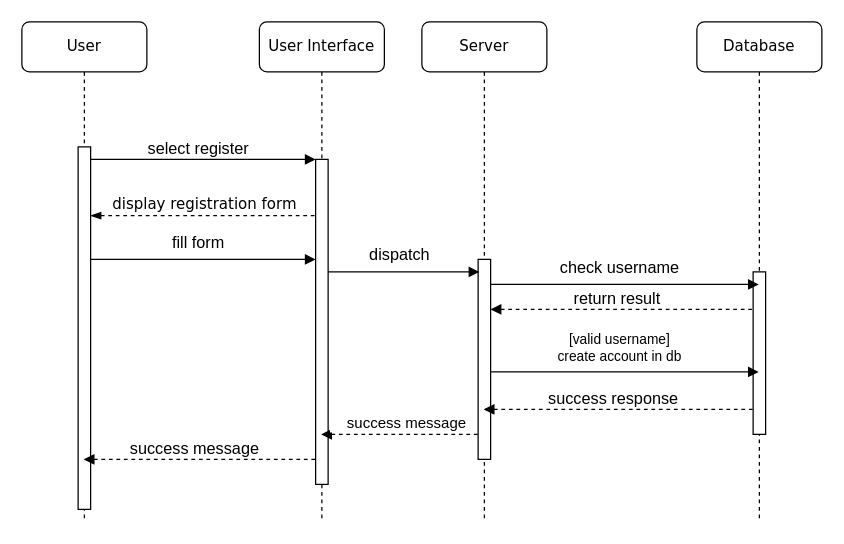
Before: rezervito-hw-03/DrawIo files/RegistrationSequenceDiagram.drawio in ivanchuchulski/fmi-requirements-analisys, a draw.io diagram. Source tidied: cells renumbered, new cells numbered last; positions are measured from the earlier drawing's top-left corner, leaving out a move shared by most shapes. Both pictures are drawn from the tidied source at 125%, with x=0, y=0 at pixel (21, 21).
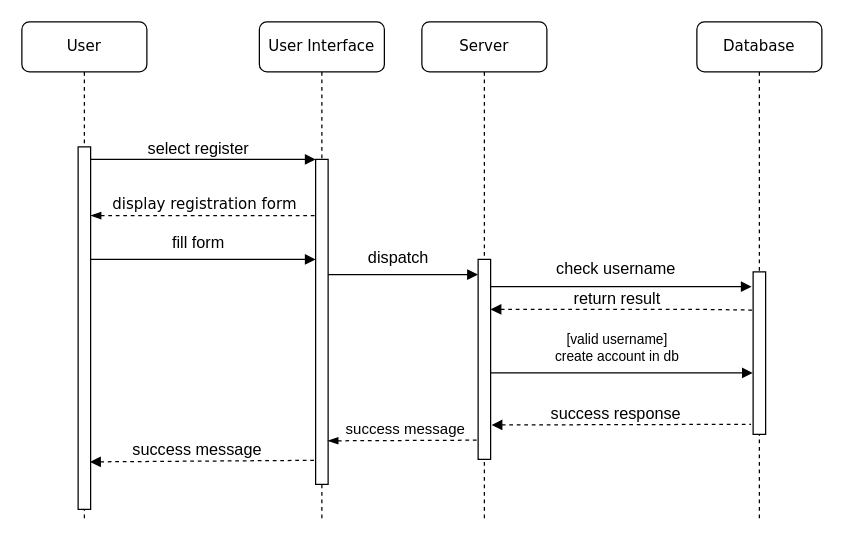
After the change.

Commit message (it also covers changes not shown here):
Fix reservation sequence arrowa and rename diagrams

The change refers to these unchanged cells:
```xml
<mxCell id="2" value="User Interface" style="shape=umlLifeline;perimeter=lifelinePerimeter;whiteSpace=wrap;html=1;outlineConnect=0;rounded=1;shadow=0;comic=0;labelBackgroundColor=none;strokeWidth=1;fontFamily=Verdana;fontSize=12;align=center;" parent="1" vertex="1">
  <mxGeometry x="190" width="100" height="400" as="geometry" />
</mxCell>
<mxCell id="3" style="html=1;points=[];perimeter=orthogonalPerimeter;rounded=0;shadow=0;comic=0;labelBackgroundColor=none;strokeWidth=1;fontFamily=Verdana;fontSize=12;align=center;" parent="2" vertex="1">
  <mxGeometry x="45" y="110" width="10" height="260" as="geometry" />
</mxCell>
<mxCell id="4" value="Server" style="shape=umlLifeline;perimeter=lifelinePerimeter;whiteSpace=wrap;html=1;outlineConnect=0;rounded=1;shadow=0;comic=0;labelBackgroundColor=none;strokeWidth=1;fontFamily=Verdana;fontSize=12;align=center;" parent="1" vertex="1">
  <mxGeometry x="320" width="100" height="400" as="geometry" />
</mxCell>
<mxCell id="5" style="html=1;points=[];perimeter=orthogonalPerimeter;rounded=0;shadow=0;comic=0;labelBackgroundColor=none;strokeWidth=1;fontFamily=Verdana;fontSize=12;align=center;" parent="4" vertex="1">
  <mxGeometry x="45" y="190" width="10" height="160" as="geometry" />
</mxCell>
<mxCell id="6" value="Database" style="shape=umlLifeline;perimeter=lifelinePerimeter;whiteSpace=wrap;html=1;outlineConnect=0;rounded=1;shadow=0;comic=0;labelBackgroundColor=none;strokeWidth=1;fontFamily=Verdana;fontSize=12;align=center;" parent="1" vertex="1">
  <mxGeometry x="540" width="100" height="400" as="geometry" />
</mxCell>
<mxCell id="7" style="html=1;points=[];perimeter=orthogonalPerimeter;rounded=0;shadow=0;comic=0;labelBackgroundColor=none;strokeWidth=1;fontFamily=Verdana;fontSize=12;align=center;" parent="6" vertex="1">
  <mxGeometry x="45" y="200" width="10" height="130" as="geometry" />
</mxCell>
<mxCell id="8" value="User" style="shape=umlLifeline;perimeter=lifelinePerimeter;whiteSpace=wrap;html=1;outlineConnect=0;rounded=1;shadow=0;comic=0;labelBackgroundColor=none;strokeWidth=1;fontFamily=Verdana;fontSize=12;align=center;" parent="1" vertex="1">
  <mxGeometry width="100" height="400" as="geometry" />
</mxCell>
<mxCell id="9" style="html=1;points=[];perimeter=orthogonalPerimeter;rounded=0;shadow=0;comic=0;labelBackgroundColor=none;strokeWidth=1;fontFamily=Verdana;fontSize=12;align=center;" parent="8" vertex="1">
  <mxGeometry x="45" y="100" width="10" height="290" as="geometry" />
</mxCell>
```

Change to the diagram source:
```diff
@@
-    <mxCell id="12" value="display registration form" style="html=1;verticalAlign=bottom;endArrow=none;entryX=0.14;entryY=0.173;labelBackgroundColor=none;fontFamily=Verdana;fontSize=12;edgeStyle=elbowEdgeStyle;elbow=vertical;endFill=0;startArrow=blockThin;startFill=1;entryDx=0;entryDy=0;entryPerimeter=0;dashed=1;" parent="1" edge="1" source="9" target="3">
+    <mxCell id="12" value="display registration form" style="html=1;verticalAlign=bottom;endArrow=none;entryX=0.14;entryY=0.173;labelBackgroundColor=none;fontFamily=Verdana;fontSize=12;elbow=vertical;endFill=0;startArrow=blockThin;startFill=1;entryDx=0;entryDy=0;entryPerimeter=0;dashed=1;" parent="1" edge="1" source="9" target="3">
       <mxGeometry relative="1" as="geometry" />
     </mxCell>
@@
-    <mxCell id="15" style="html=1;verticalAlign=bottom;endArrow=block;labelBackgroundColor=none;fontFamily=Verdana;fontSize=12;edgeStyle=elbowEdgeStyle;elbow=vertical;" parent="1" edge="1" source="3">
-      <mxGeometry relative="1" as="geometry">
-        <mxPoint x="366" y="200" as="targetPoint" />
-        <Array as="points">
-          <mxPoint x="290" y="200" />
-          <mxPoint x="260" y="220.5" />
-        </Array>
-      </mxGeometry>
+    <mxCell id="15" style="html=1;verticalAlign=bottom;endArrow=block;labelBackgroundColor=none;fontFamily=Verdana;fontSize=12;elbow=vertical;entryX=-0.017;entryY=0.076;entryDx=0;entryDy=0;entryPerimeter=0;" parent="1" edge="1" source="3" target="5">
+      <mxGeometry relative="1" as="geometry" />
     </mxCell>
@@
-    <mxCell id="17" style="html=1;verticalAlign=bottom;endArrow=block;labelBackgroundColor=none;fontFamily=Verdana;fontSize=12;edgeStyle=elbowEdgeStyle;elbow=vertical;rounded=0;" parent="1" edge="1" source="5" target="6">
-      <mxGeometry relative="1" as="geometry">
-        <Array as="points">
-          <mxPoint x="530" y="210" />
-          <mxPoint x="415" y="230.5" />
-        </Array>
-      </mxGeometry>
+    <mxCell id="17" style="html=1;verticalAlign=bottom;endArrow=block;labelBackgroundColor=none;fontFamily=Verdana;fontSize=12;elbow=vertical;rounded=0;entryX=-0.12;entryY=0.091;entryDx=0;entryDy=0;entryPerimeter=0;" parent="1" edge="1" source="5" target="7">
+      <mxGeometry relative="1" as="geometry" />
     </mxCell>
@@
-    <mxCell id="19" style="html=1;verticalAlign=bottom;endArrow=none;labelBackgroundColor=none;fontFamily=Verdana;fontSize=12;edgeStyle=elbowEdgeStyle;elbow=vertical;rounded=0;endFill=0;startArrow=block;startFill=1;dashed=1;" parent="1" edge="1" source="5" target="7">
+    <mxCell id="19" style="html=1;verticalAlign=bottom;endArrow=none;labelBackgroundColor=none;fontFamily=Verdana;fontSize=12;elbow=vertical;rounded=0;endFill=0;startArrow=block;startFill=1;dashed=1;entryX=-0.029;entryY=0.235;entryDx=0;entryDy=0;entryPerimeter=0;" parent="1" edge="1" source="5" target="7">
       <mxGeometry relative="1" as="geometry">
         <Array as="points">
-          <mxPoint x="520" y="230" />
-          <mxPoint x="460" y="255" />
-          <mxPoint x="440" y="240" />
+          <mxPoint x="540" y="230" />
         </Array>
       </mxGeometry>
     </mxCell>
@@
-    <mxCell id="21" style="html=1;verticalAlign=bottom;endArrow=block;labelBackgroundColor=none;fontFamily=Verdana;fontSize=12;edgeStyle=elbowEdgeStyle;elbow=vertical;rounded=0;" parent="1" edge="1" source="5" target="6">
-      <mxGeometry relative="1" as="geometry">
-        <Array as="points">
-          <mxPoint x="520" y="280" />
-          <mxPoint x="400" y="300" />
-          <mxPoint x="420" y="280" />
-        </Array>
-      </mxGeometry>
+    <mxCell id="21" style="html=1;verticalAlign=bottom;endArrow=block;labelBackgroundColor=none;fontFamily=Verdana;fontSize=12;elbow=vertical;rounded=0;entryX=-0.029;entryY=0.622;entryDx=0;entryDy=0;entryPerimeter=0;" parent="1" edge="1" source="5" target="7">
+      <mxGeometry relative="1" as="geometry" />
     </mxCell>
@@
-    <mxCell id="23" style="html=1;verticalAlign=bottom;endArrow=none;labelBackgroundColor=none;fontFamily=Verdana;fontSize=12;edgeStyle=elbowEdgeStyle;elbow=vertical;rounded=0;endFill=0;startArrow=block;startFill=1;dashed=1;" parent="1" edge="1" source="4">
-      <mxGeometry relative="1" as="geometry">
-        <mxPoint x="586" y="310" as="targetPoint" />
-        <Array as="points">
-          <mxPoint x="520" y="310" />
-          <mxPoint x="530" y="319" />
-          <mxPoint x="415" y="320" />
-          <mxPoint x="395" y="320" />
-          <mxPoint x="450" y="320" />
-          <mxPoint x="430" y="305" />
-        </Array>
-      </mxGeometry>
+    <mxCell id="23" style="html=1;verticalAlign=bottom;endArrow=none;labelBackgroundColor=none;fontFamily=Verdana;fontSize=12;elbow=vertical;rounded=0;endFill=0;startArrow=block;startFill=1;dashed=1;exitX=1.08;exitY=0.828;exitDx=0;exitDy=0;exitPerimeter=0;entryX=-0.166;entryY=0.938;entryDx=0;entryDy=0;entryPerimeter=0;" parent="1" edge="1" source="5" target="7">
+      <mxGeometry relative="1" as="geometry" />
     </mxCell>
@@
-    <mxCell id="25" style="html=1;verticalAlign=bottom;endArrow=none;labelBackgroundColor=none;fontFamily=Verdana;fontSize=12;edgeStyle=elbowEdgeStyle;elbow=vertical;rounded=0;endFill=0;startArrow=block;startFill=1;dashed=1;" parent="1" edge="1" source="8" target="3">
-      <mxGeometry relative="1" as="geometry">
-        <Array as="points">
-          <mxPoint x="130" y="350" />
-          <mxPoint x="40" y="345" />
-          <mxPoint x="54" y="344.5" />
-          <mxPoint x="109" y="344.5" />
-          <mxPoint x="89" y="329.5" />
-        </Array>
-      </mxGeometry>
+    <mxCell id="25" style="html=1;verticalAlign=bottom;endArrow=none;labelBackgroundColor=none;fontFamily=Verdana;fontSize=12;elbow=vertical;rounded=0;endFill=0;startArrow=block;startFill=1;dashed=1;exitX=0.96;exitY=0.869;exitDx=0;exitDy=0;exitPerimeter=0;entryX=-0.088;entryY=0.926;entryDx=0;entryDy=0;entryPerimeter=0;" parent="1" edge="1" source="9" target="3">
+      <mxGeometry relative="1" as="geometry" />
     </mxCell>
@@
-    <mxCell id="27" style="html=1;verticalAlign=bottom;endArrow=none;labelBackgroundColor=none;fontFamily=Verdana;fontSize=12;edgeStyle=elbowEdgeStyle;elbow=vertical;rounded=0;endFill=0;startArrow=block;startFill=1;dashed=1;" parent="1" edge="1" source="2" target="5">
-      <mxGeometry relative="1" as="geometry">
-        <Array as="points">
-          <mxPoint x="310" y="330" />
-          <mxPoint x="330" y="330" />
-          <mxPoint x="223.7" y="330.5" />
-          <mxPoint x="278.7" y="330.5" />
-          <mxPoint x="258.7" y="315.5" />
-        </Array>
-      </mxGeometry>
-    </mxCell>
-    <mxCell id="28" value="&amp;nbsp; &amp;nbsp; success message" style="edgeLabel;html=1;align=center;verticalAlign=middle;fontSize=12;" parent="27" vertex="1">
-      <mxGeometry y="35" relative="1" as="geometry">
-        <mxPoint x="-2.2" y="25" as="offset" />
-      </mxGeometry>
+    <mxCell id="28" value="&lt;span style=&quot;font-family: &amp;#34;helvetica&amp;#34; ; background-color: rgb(255 , 255 , 255)&quot;&gt;&amp;nbsp;success message&lt;/span&gt;" style="html=1;verticalAlign=bottom;endArrow=none;entryX=0.032;entryY=0.904;labelBackgroundColor=none;fontFamily=Verdana;fontSize=12;elbow=vertical;endFill=0;startArrow=blockThin;startFill=1;entryDx=0;entryDy=0;entryPerimeter=0;dashed=1;exitX=0.968;exitY=0.866;exitDx=0;exitDy=0;exitPerimeter=0;" parent="1" edge="1" source="3" target="5">
+      <mxGeometry relative="1" as="geometry" />
     </mxCell>
```
